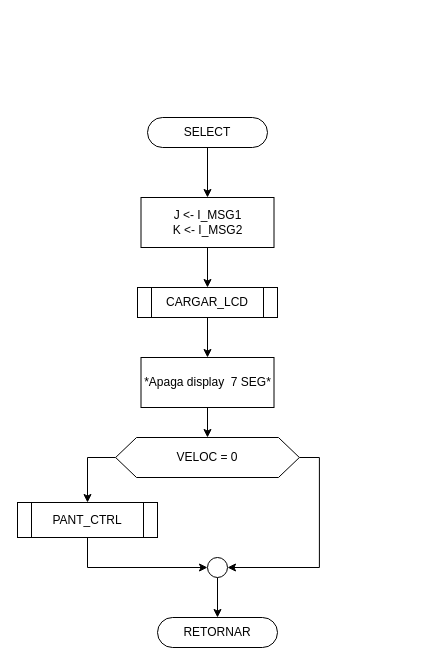
Earlier version of the draw.io diagram Proyecto/diagrams/SELECT.drawio (moisotico/Microprocesadores). Source tidied: cells renumbered, new cells numbered last; positions are measured from the earlier drawing's top-left corner, leaving out a move shared by most shapes. Both pictures are drawn from the tidied source at 100%, with x=0, y=0 at pixel (17, 117).
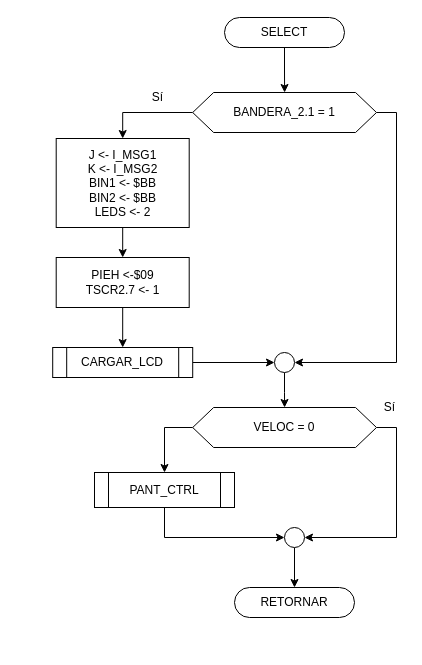
The same page after the edit.

The edit, as a diff of the source:
```diff
@@
-    <mxCell id="2" style="edgeStyle=orthogonalEdgeStyle;rounded=0;jettySize=auto;html=1;exitX=0.5;exitY=1;exitDx=0;exitDy=0;entryX=0.5;entryY=0;entryDx=0;entryDy=0;" parent="1" edge="1" source="3" target="12">
-      <mxGeometry relative="1" as="geometry" />
-    </mxCell>
+    <mxCell id="18" style="edgeStyle=orthogonalEdgeStyle;rounded=0;jettySize=auto;html=1;exitX=0.5;exitY=1;exitDx=0;exitDy=0;entryX=0.5;entryY=0;entryDx=0;entryDy=0;" parent="1" edge="1" source="3" target="27">
+      <mxGeometry relative="1" as="geometry" />
+    </mxCell>
     <mxCell id="3" value="SELECT" style="rounded=1;whiteSpace=wrap;html=1;fontSize=12;glass=0;strokeWidth=1;shadow=0;arcSize=50;" parent="1" vertex="1">
-      <mxGeometry x="130" width="120" height="30" as="geometry" />
+      <mxGeometry x="207" y="-100" width="120" height="30" as="geometry" />
     </mxCell>
@@
     <mxCell id="5" style="ellipse;whiteSpace=wrap;html=1;" parent="1" vertex="1">
-      <mxGeometry x="190" y="440" width="20" height="20" as="geometry" />
+      <mxGeometry x="267" y="410" width="20" height="20" as="geometry" />
     </mxCell>
@@
     <mxCell id="7" value="PANT_CTRL" style="shape=process;whiteSpace=wrap;html=1;backgroundOutline=1;" parent="1" vertex="1">
-      <mxGeometry y="385" width="140" height="35" as="geometry" />
+      <mxGeometry x="77" y="355" width="140" height="35" as="geometry" />
     </mxCell>
@@
     <mxCell id="10" value="VELOC = 0" style="shape=hexagon;perimeter=hexagonPerimeter2;whiteSpace=wrap;html=1;size=0.11394117647058827;" parent="1" vertex="1">
-      <mxGeometry x="98.1" y="320" width="183.8" height="40" as="geometry" />
+      <mxGeometry x="175.2" y="290" width="183.8" height="40" as="geometry" />
     </mxCell>
-    <mxCell id="11" style="edgeStyle=orthogonalEdgeStyle;rounded=0;jettySize=auto;html=1;exitX=0.5;exitY=1;exitDx=0;exitDy=0;" parent="1" edge="1" source="12" target="16">
-      <mxGeometry relative="1" as="geometry" />
-    </mxCell>
-    <mxCell id="12" value="J &amp;lt;- I_MSG1&lt;br&gt;K &amp;lt;- I_MSG2" style="rounded=0;whiteSpace=wrap;html=1;" parent="1" vertex="1">
-      <mxGeometry x="123.5" y="80" width="133" height="50" as="geometry" />
-    </mxCell>
-    <mxCell id="13" style="edgeStyle=orthogonalEdgeStyle;rounded=0;jettySize=auto;html=1;exitX=0.5;exitY=1;exitDx=0;exitDy=0;entryX=0.5;entryY=0;entryDx=0;entryDy=0;" parent="1" edge="1" source="14" target="10">
-      <mxGeometry relative="1" as="geometry" />
-    </mxCell>
-    <mxCell id="14" value="*Apaga display&amp;nbsp; 7 SEG*" style="rounded=0;whiteSpace=wrap;html=1;" parent="1" vertex="1">
-      <mxGeometry x="123.5" y="240" width="133" height="50" as="geometry" />
-    </mxCell>
-    <mxCell id="15" style="edgeStyle=orthogonalEdgeStyle;rounded=0;jettySize=auto;html=1;exitX=0.5;exitY=1;exitDx=0;exitDy=0;" parent="1" edge="1" source="16" target="14">
-      <mxGeometry relative="1" as="geometry" />
-    </mxCell>
+    <mxCell id="17" value="RETORNAR" style="rounded=1;whiteSpace=wrap;html=1;fontSize=12;glass=0;strokeWidth=1;shadow=0;arcSize=50;" parent="1" vertex="1">
+      <mxGeometry x="217" y="470" width="120" height="30" as="geometry" />
+    </mxCell>
+    <mxCell id="19" value="Sí" style="text;html=1;align=center;verticalAlign=middle;" parent="1" vertex="1">
+      <mxGeometry x="357" y="280" width="30" height="20" as="geometry" />
+    </mxCell>
+    <mxCell id="20" style="edgeStyle=orthogonalEdgeStyle;rounded=0;jettySize=auto;html=1;exitX=0.5;exitY=1;exitDx=0;exitDy=0;entryX=0.5;entryY=0;entryDx=0;entryDy=0;" parent="1" edge="1" source="21" target="29">
+      <mxGeometry relative="1" as="geometry" />
+    </mxCell>
+    <mxCell id="21" value="J &amp;lt;- I_MSG1&lt;br&gt;K &amp;lt;- I_MSG2&lt;br&gt;BIN1 &amp;lt;- $BB&lt;br&gt;BIN2 &amp;lt;- $BB&lt;br&gt;LEDS &amp;lt;- 2" style="rounded=0;whiteSpace=wrap;html=1;" parent="1" vertex="1">
+      <mxGeometry x="38.7" y="21" width="133" height="89" as="geometry" />
+    </mxCell>
+    <mxCell id="22" style="edgeStyle=orthogonalEdgeStyle;rounded=0;jettySize=auto;html=1;exitX=1;exitY=0.5;exitDx=0;exitDy=0;entryX=0;entryY=0.5;entryDx=0;entryDy=0;" parent="1" edge="1" source="16" target="24">
+      <mxGeometry relative="1" as="geometry" />
+    </mxCell>
     <mxCell id="16" value="CARGAR_LCD" style="shape=process;whiteSpace=wrap;html=1;backgroundOutline=1;" parent="1" vertex="1">
-      <mxGeometry x="120" y="170" width="140" height="30" as="geometry" />
+      <mxGeometry x="35.2" y="230" width="140" height="30" as="geometry" />
     </mxCell>
-    <mxCell id="17" value="RETORNAR" style="rounded=1;whiteSpace=wrap;html=1;fontSize=12;glass=0;strokeWidth=1;shadow=0;arcSize=50;" parent="1" vertex="1">
-      <mxGeometry x="140" y="500" width="120" height="30" as="geometry" />
-    </mxCell>
+    <mxCell id="23" style="edgeStyle=orthogonalEdgeStyle;rounded=0;jettySize=auto;html=1;exitX=0.5;exitY=1;exitDx=0;exitDy=0;" parent="1" edge="1" source="24" target="10">
+      <mxGeometry relative="1" as="geometry" />
+    </mxCell>
+    <mxCell id="24" style="ellipse;whiteSpace=wrap;html=1;" parent="1" vertex="1">
+      <mxGeometry x="257" y="235" width="20" height="20" as="geometry" />
+    </mxCell>
+    <mxCell id="25" style="edgeStyle=orthogonalEdgeStyle;rounded=0;jettySize=auto;html=1;exitX=0;exitY=0.5;exitDx=0;exitDy=0;entryX=0.5;entryY=0;entryDx=0;entryDy=0;" parent="1" edge="1" source="27" target="21">
+      <mxGeometry relative="1" as="geometry" />
+    </mxCell>
+    <mxCell id="26" style="edgeStyle=orthogonalEdgeStyle;rounded=0;jettySize=auto;html=1;exitX=1;exitY=0.5;exitDx=0;exitDy=0;entryX=1;entryY=0.5;entryDx=0;entryDy=0;" parent="1" edge="1" source="27" target="24">
+      <mxGeometry relative="1" as="geometry" />
+    </mxCell>
+    <mxCell id="27" value="BANDERA_2.1 = 1" style="shape=hexagon;perimeter=hexagonPerimeter2;whiteSpace=wrap;html=1;size=0.11394117647058827;" parent="1" vertex="1">
+      <mxGeometry x="175.2" y="-25" width="183.8" height="40" as="geometry" />
+    </mxCell>
+    <mxCell id="28" style="edgeStyle=orthogonalEdgeStyle;rounded=0;jettySize=auto;html=1;exitX=0.5;exitY=1;exitDx=0;exitDy=0;entryX=0.5;entryY=0;entryDx=0;entryDy=0;" parent="1" edge="1" source="29" target="16">
+      <mxGeometry relative="1" as="geometry" />
+    </mxCell>
+    <mxCell id="29" value="PIEH &amp;lt;-$09&lt;br&gt;TSCR2.7 &amp;lt;- 1" style="rounded=0;whiteSpace=wrap;html=1;" parent="1" vertex="1">
+      <mxGeometry x="38.7" y="140" width="133" height="50" as="geometry" />
+    </mxCell>
+    <mxCell id="30" value="Sí" style="text;html=1;align=center;verticalAlign=middle;" parent="1" vertex="1">
+      <mxGeometry x="125" y="-30" width="30" height="20" as="geometry" />
+    </mxCell>
```
